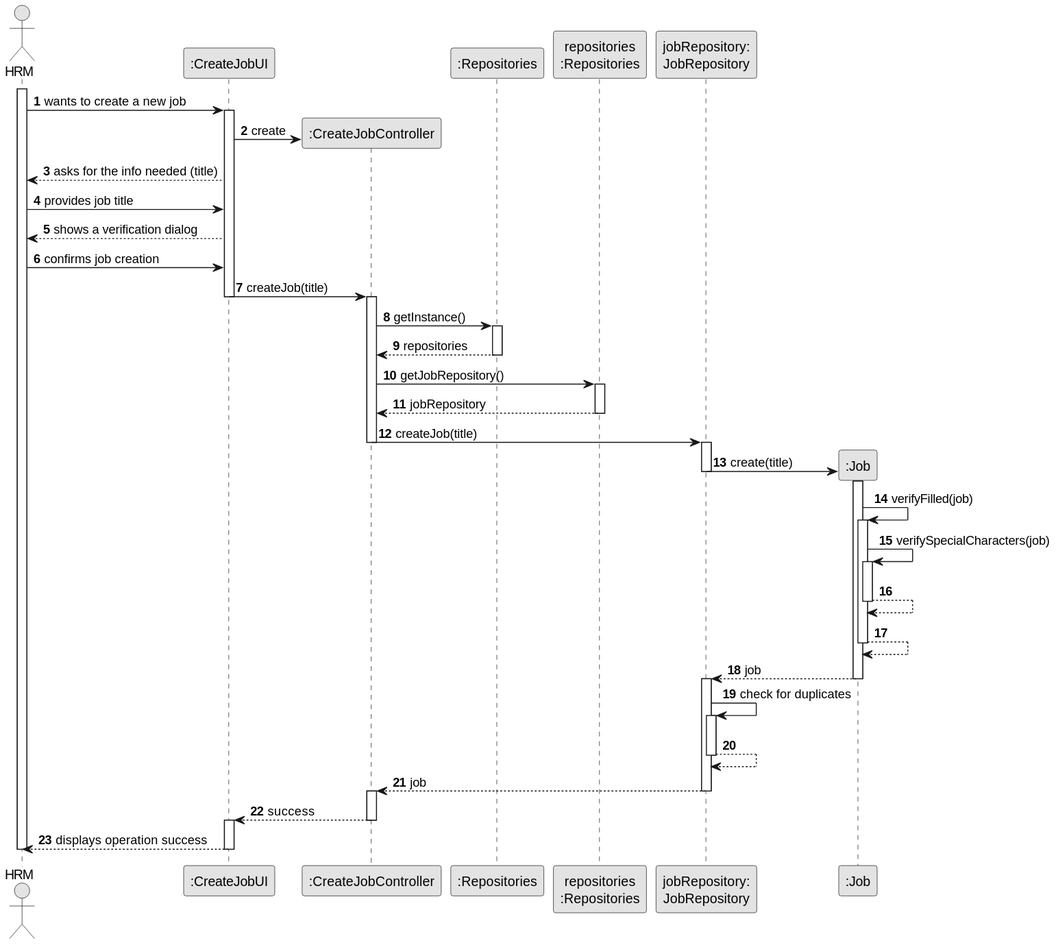
Earlier version of the PlantUML export docs/sprintB/us002/03.design/svg/us002-sequence-diagram-full.svg (ricardomm7/leaflink).
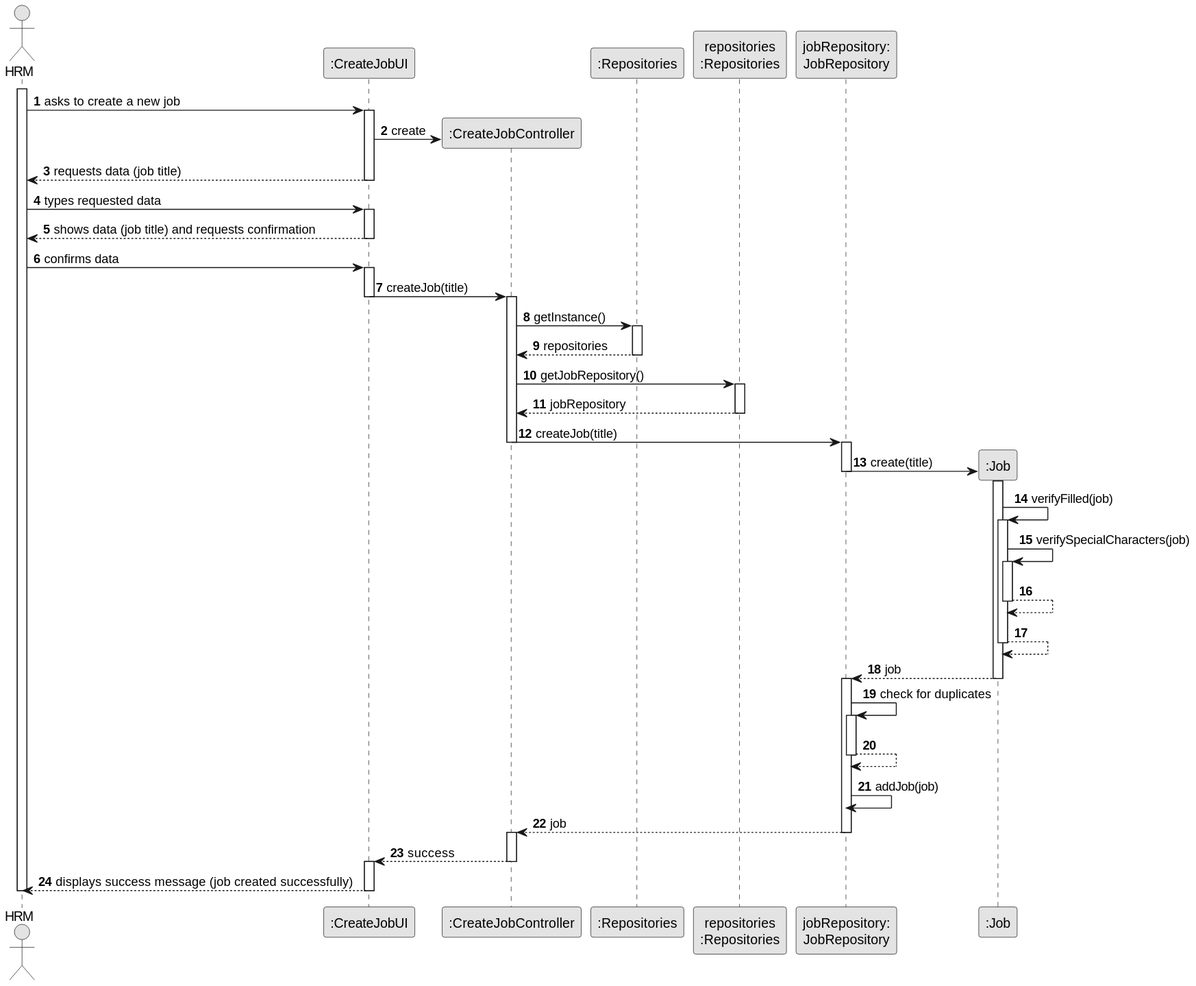
Above is the later version.

Diff of the diagram source:
```diff
@@ -15,18 +15,22 @@
 
 activate Employee
 
-Employee -> UI : wants to create a new job
+Employee -> UI : asks to create a new job
 activate UI
 
 UI -> CTRL** : create
 
-UI --> Employee : asks for the info needed (title)
+UI --> Employee : requests data (job title)
+deactivate UI
 
-Employee -> UI : provides job title
+Employee -> UI : types requested data
+activate UI
 
-UI --> Employee : shows a verification dialog
+UI --> Employee : shows data (job title) and requests confirmation
+deactivate UI
 
-Employee -> UI : confirms job creation
+Employee -> UI : confirms data
+activate UI
 
 UI -> CTRL : createJob(title)
 deactivate UI
@@ -66,6 +70,8 @@
     activate jobRepository
     jobRepository --> jobRepository
     deactivate jobRepository
+
+    jobRepository -> jobRepository: addJob(job)
     deactivate Job
 jobRepository --> CTRL : job
 deactivate jobRepository
@@ -75,7 +81,7 @@
 CTRL --> UI : success
 deactivate CTRL
 activate UI
-UI --> Employee : displays operation success
+UI --> Employee : displays success message (job created successfully)
 
 deactivate UI
 deactivate Employee
```
